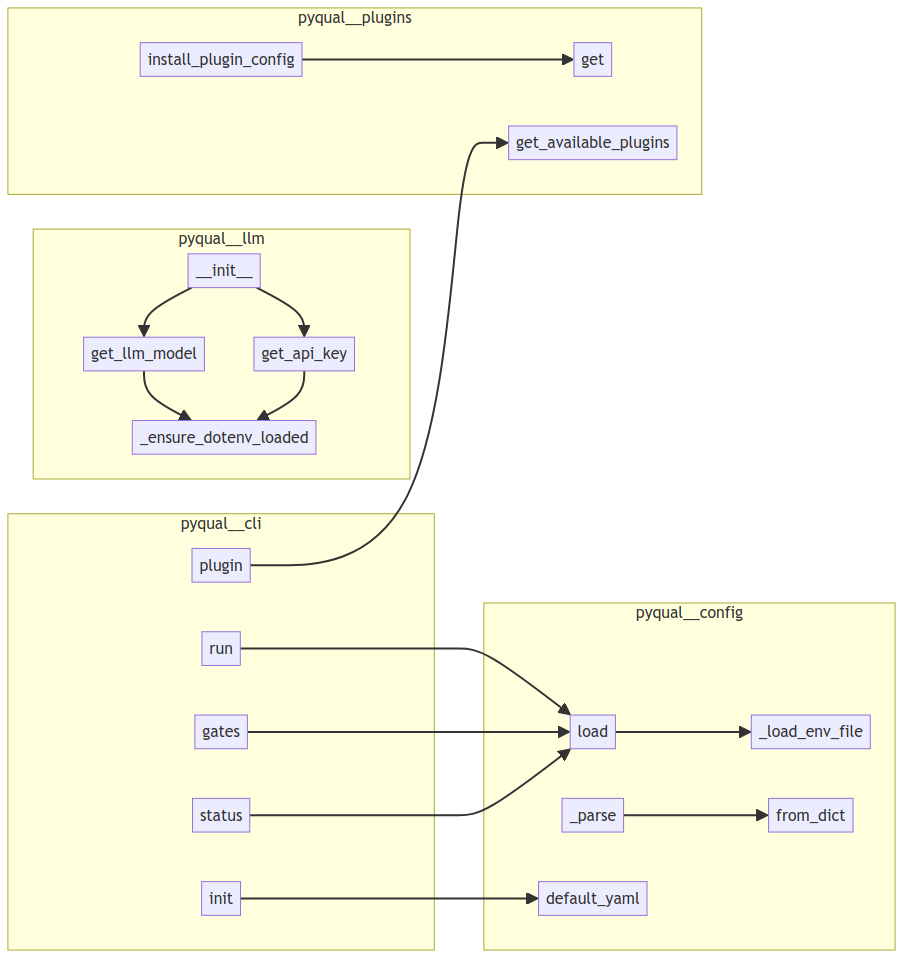
Before: project/calls.png, a diagram exported from Mermaid (semcod/pyqual). Its source is kept beside it as project/calls.mmd.
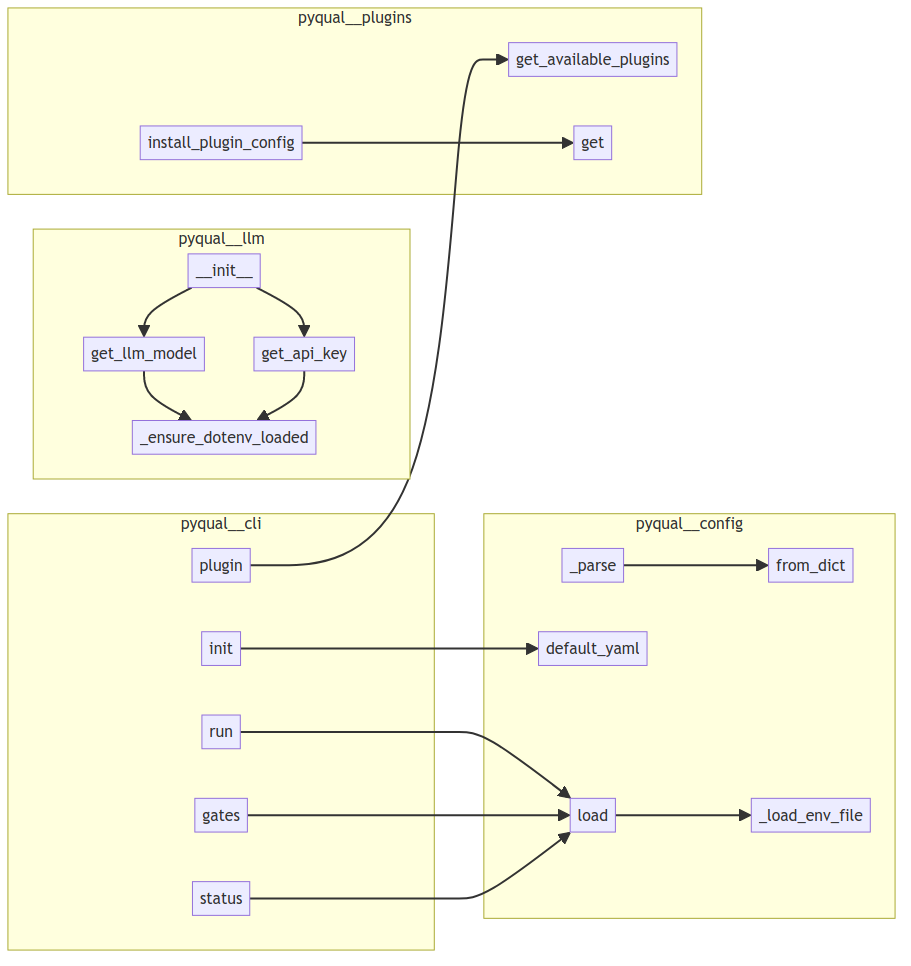
The same diagram one commit later.

The edit, as a diff of the source:
```diff
@@ -1,38 +1,38 @@
 flowchart LR
     subgraph pyqual__cli
+        pyqual__cli__status["status"]
+        pyqual__cli__gates["gates"]
+        pyqual__cli__plugin["plugin"]
+        pyqual__cli__init["init"]
         pyqual__cli__run["run"]
-        pyqual__cli__init["init"]
-        pyqual__cli__status["status"]
-        pyqual__cli__plugin["plugin"]
-        pyqual__cli__gates["gates"]
     end
     subgraph pyqual__config
         pyqual__config__PyqualConfig___parse["_parse"]
-        pyqual__config___load_env_file["_load_env_file"]
+        pyqual__config__PyqualConfig__default_yaml["default_yaml"]
         pyqual__config__GateConfig__from_dict["from_dict"]
         pyqual__config__PyqualConfig__load["load"]
-        pyqual__config__PyqualConfig__default_yaml["default_yaml"]
+        pyqual__config___load_env_file["_load_env_file"]
     end
     subgraph pyqual__llm
-        pyqual__llm___ensure_dotenv_loaded["_ensure_dotenv_loaded"]
-        pyqual__llm__get_llm_model["get_llm_model"]
         pyqual__llm__LLM____init__["__init__"]
         pyqual__llm__get_api_key["get_api_key"]
+        pyqual__llm__get_llm_model["get_llm_model"]
+        pyqual__llm___ensure_dotenv_loaded["_ensure_dotenv_loaded"]
     end
     subgraph pyqual__plugins
+        pyqual__plugins__get_available_plugins["get_available_plugins"]
         pyqual__plugins__PluginRegistry__get["get"]
         pyqual__plugins__install_plugin_config["install_plugin_config"]
-        pyqual__plugins__get_available_plugins["get_available_plugins"]
     end
+    pyqual__cli__init --> pyqual__config__PyqualConfig__default_yaml
+    pyqual__cli__run --> pyqual__config__PyqualConfig__load
+    pyqual__cli__gates --> pyqual__config__PyqualConfig__load
+    pyqual__cli__status --> pyqual__config__PyqualConfig__load
+    pyqual__cli__plugin --> pyqual__plugins__get_available_plugins
     pyqual__config__PyqualConfig__load --> pyqual__config___load_env_file
     pyqual__config__PyqualConfig___parse --> pyqual__config__GateConfig__from_dict
     pyqual__llm__get_llm_model --> pyqual__llm___ensure_dotenv_loaded
     pyqual__llm__get_api_key --> pyqual__llm___ensure_dotenv_loaded
     pyqual__llm__LLM____init__ --> pyqual__llm__get_llm_model
     pyqual__llm__LLM____init__ --> pyqual__llm__get_api_key
-    pyqual__cli__init --> pyqual__config__PyqualConfig__default_yaml
-    pyqual__cli__run --> pyqual__config__PyqualConfig__load
-    pyqual__cli__gates --> pyqual__config__PyqualConfig__load
-    pyqual__cli__status --> pyqual__config__PyqualConfig__load
-    pyqual__cli__plugin --> pyqual__plugins__get_available_plugins
     pyqual__plugins__install_plugin_config --> pyqual__plugins__PluginRegistry__get
```
